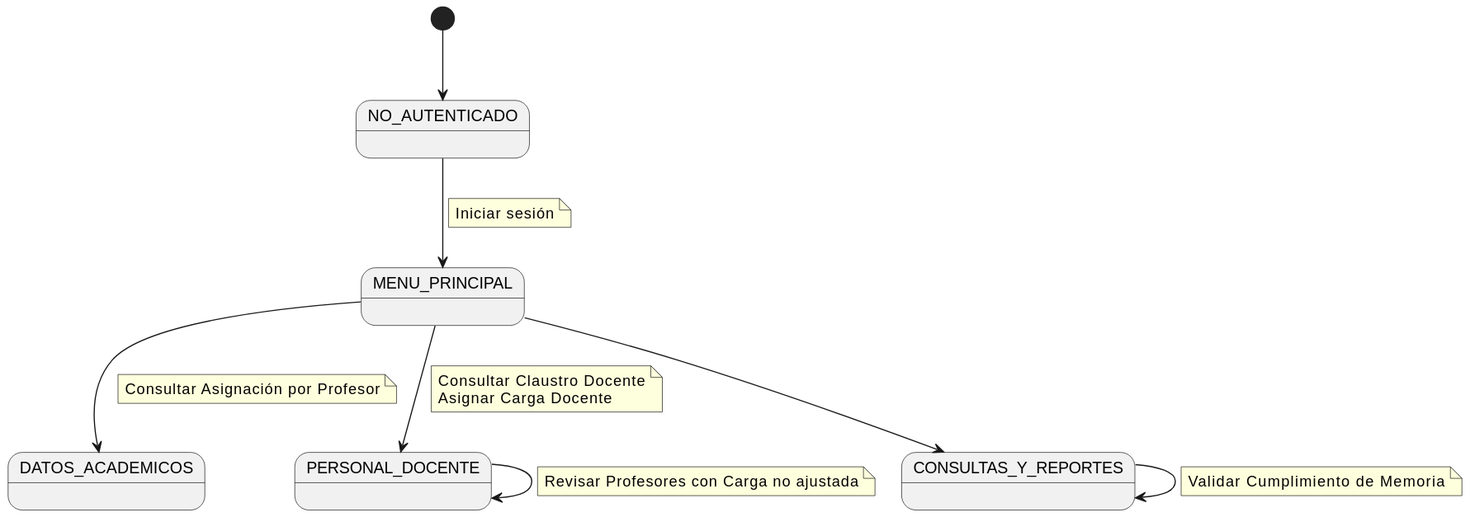
Earlier version of the PlantUML export images/modelosUML/CdU/DiagramaDeContexto/Ordenacion.svg (mmasias/24-25-IdSw1-SDR). Source of this version:
```plantuml
@startuml
state "NO_AUTENTICADO" as NoAuth
state "MENU_PRINCIPAL" as Menu
state "DATOS_ACADEMICOS" as Acad
state "PERSONAL_DOCENTE" as Pers
state "CONSULTAS_Y_REPORTES" as Cons

[*] --> NoAuth

NoAuth --> Menu
    note on link
        Iniciar sesión
    end note

Menu --> Acad
    note on link
        Consultar Asignación por Profesor
    end note

Menu --> Pers
    note on link
        Consultar Claustro Docente
        Asignar Carga Docente
    end note

Menu --> Cons

Cons --> Cons
    note on link
        Validar Cumplimiento de Memoria
    end note

Pers --> Pers
    note on link
        Revisar Profesores con Carga no ajustada
    end note
@enduml
```
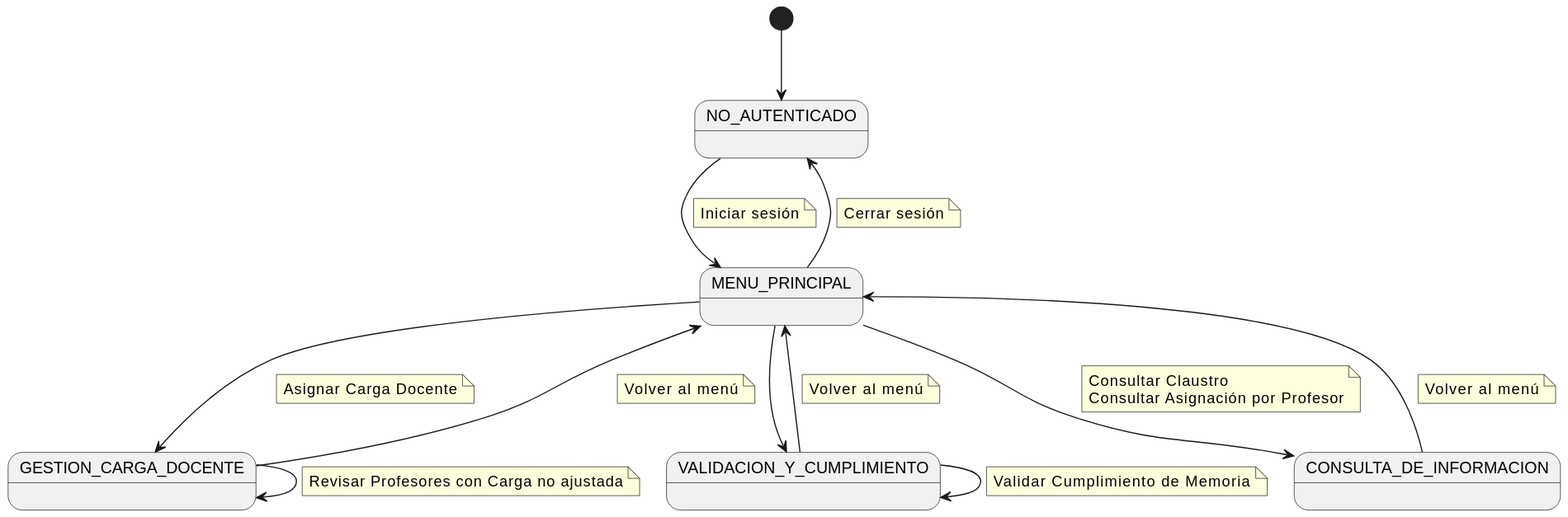
Later version of the same file.

Diff of the diagram source:
```diff
@@ -1,37 +1,57 @@
 @startuml
 state "NO_AUTENTICADO" as NoAuth
 state "MENU_PRINCIPAL" as Menu
-state "DATOS_ACADEMICOS" as Acad
-state "PERSONAL_DOCENTE" as Pers
-state "CONSULTAS_Y_REPORTES" as Cons
+state "GESTION_CARGA_DOCENTE" as Car
+state "VALIDACION_Y_CUMPLIMIENTO" as Val
+state "CONSULTA_DE_INFORMACION" as Inf
 
 [*] --> NoAuth
 
 NoAuth --> Menu
-    note on link
-        Iniciar sesión
-    end note
+note on link
+    Iniciar sesión
+end note
 
-Menu --> Acad
-    note on link
-        Consultar Asignación por Profesor
-    end note
+Menu --> Car
+note on link
+  Asignar Carga Docente
+end note
 
-Menu --> Pers
-    note on link
-        Consultar Claustro Docente
-        Asignar Carga Docente
-    end note
+Menu --> Val
 
-Menu --> Cons
+Menu --> Inf
+note on link
+  Consultar Claustro
+  Consultar Asignación por Profesor
+end note
 
-Cons --> Cons
-    note on link
-        Validar Cumplimiento de Memoria
-    end note
+Car --> Car
+note on link
+  Revisar Profesores con Carga no ajustada
+end note
 
-Pers --> Pers
-    note on link
-        Revisar Profesores con Carga no ajustada
-    end note
+Val --> Val
+note on link
+  Validar Cumplimiento de Memoria
+end note
+
+Car --> Menu
+note on link
+    Volver al menú
+end note
+
+Val --> Menu
+note on link
+    Volver al menú
+end note
+
+Inf --> Menu
+note on link
+    Volver al menú
+end note
+
+Menu --> NoAuth
+note on link
+    Cerrar sesión
+end note
 @enduml
```
